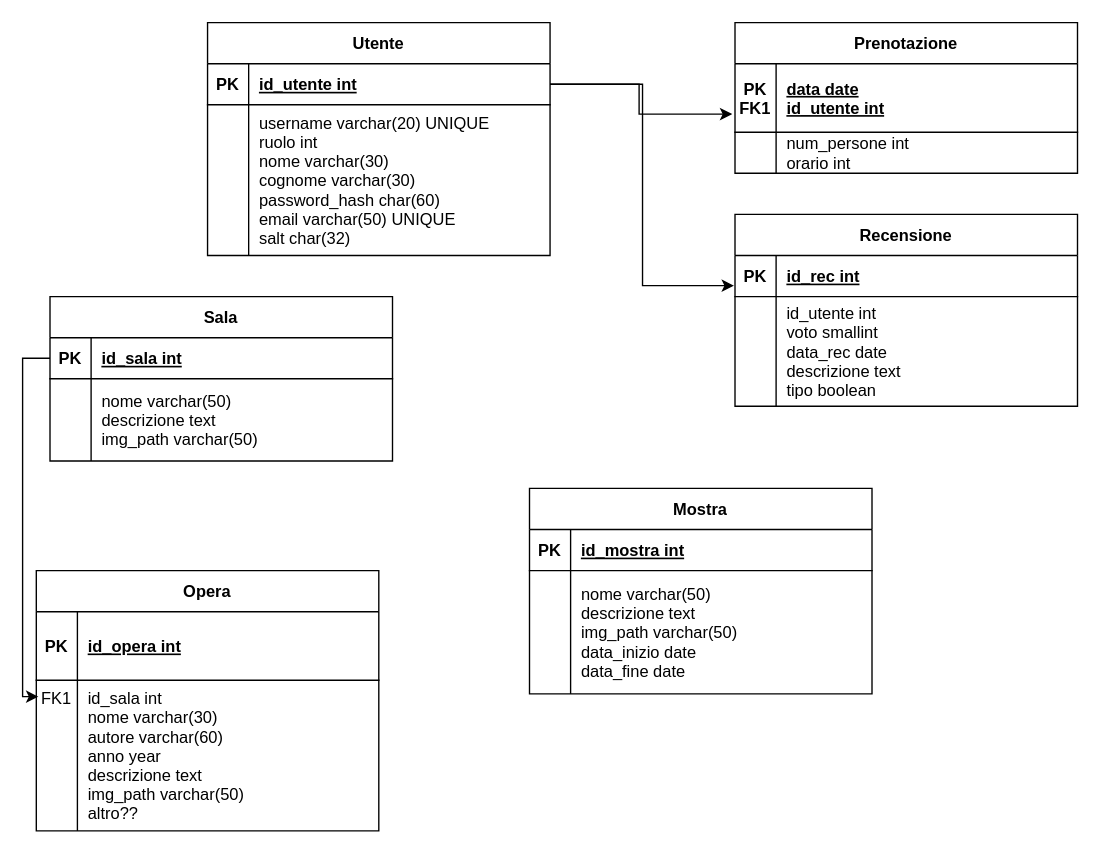
EliaBergamin/Progetto-TecWeb keeps this draw.io diagram as docs/database/schema.drawio. Above is the earlier version. Source tidied: cells renumbered, new cells numbered last; positions are measured from the earlier drawing's top-left corner, leaving out a move shared by most shapes. Both pictures are drawn from the tidied source at 137%, with x=0, y=0 at pixel (22, 22).
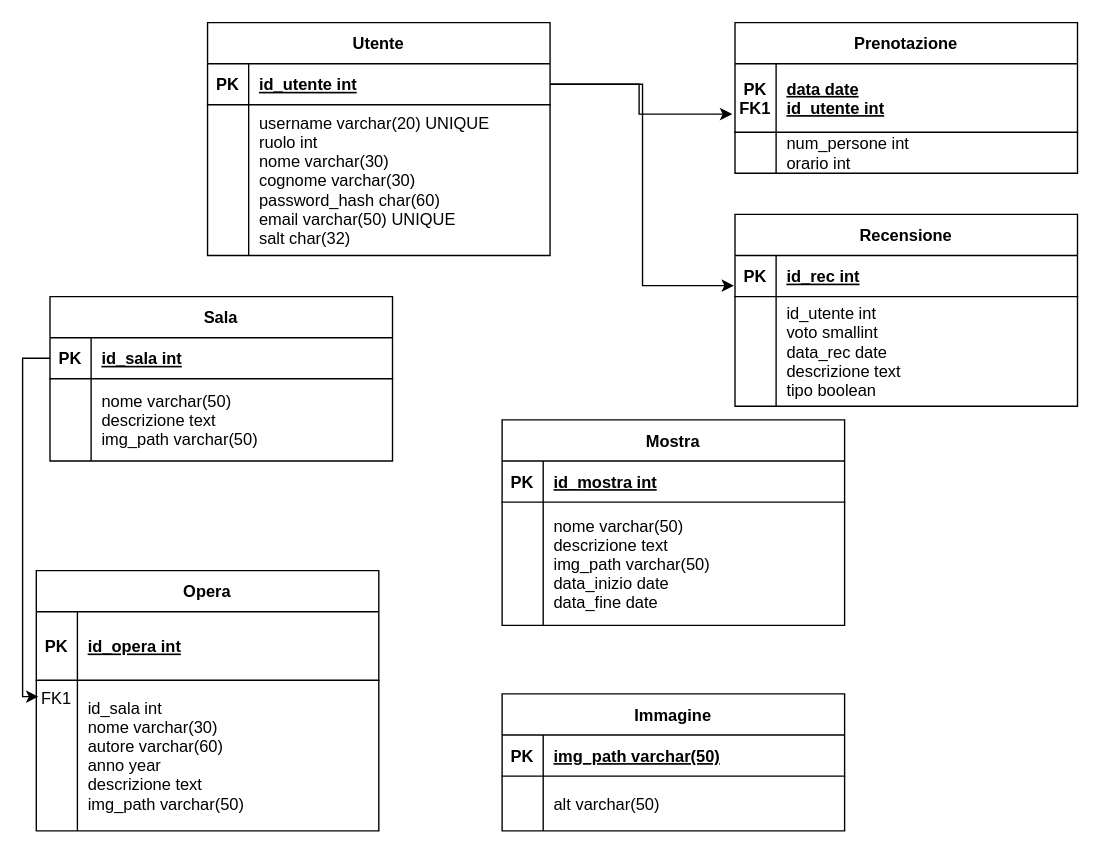
Above is the later version.

Unchanged cells that the change refers to:
```xml
<mxCell id="36" style="shape=partialRectangle;fillColor=none;points=[[0,0.5],[1,0.5]];portConstraint=eastwest;top=0;left=0;right=0;bottom=0;" parent="32" vertex="1">
  <mxGeometry y="80" width="250" height="110" as="geometry" />
</mxCell>
```

The edit, as a diff of the source:
```diff
@@
-    <mxCell id="38" value="id_sala int&#10;nome varchar(30)&#10;autore varchar(60)&#10;anno year&#10;descrizione text&#10;img_path varchar(50)&#10;altro??" style="shape=partialRectangle;overflow=hidden;fillColor=none;top=0;left=0;bottom=0;right=0;align=left;spacingLeft=6;" parent="36" vertex="1">
+    <mxCell id="38" value="id_sala int&#10;nome varchar(30)&#10;autore varchar(60)&#10;anno year&#10;descrizione text&#10;img_path varchar(50)" style="shape=partialRectangle;overflow=hidden;fillColor=none;top=0;left=0;bottom=0;right=0;align=left;spacingLeft=6;" parent="36" vertex="1">
       <mxGeometry x="30" width="220" height="110" as="geometry" />
     </mxCell>
@@
     <mxCell id="40" value="Mostra" style="shape=table;startSize=30;childLayout=tableLayout;rowLines=0;fontStyle=1;align=center;" parent="1" vertex="1">
-      <mxGeometry x="370" y="340" width="250" height="150" as="geometry" />
+      <mxGeometry x="350" y="290" width="250" height="150" as="geometry" />
     </mxCell>
@@
+    <mxCell id="47" value="Immagine" style="shape=table;startSize=30;childLayout=tableLayout;rowLines=0;fontStyle=1;align=center;" parent="1" vertex="1">
+      <mxGeometry x="350" y="490" width="250" height="100" as="geometry" />
+    </mxCell>
+    <mxCell id="48" style="shape=partialRectangle;fillColor=none;top=0;left=0;right=0;bottom=1;" parent="47" vertex="1">
+      <mxGeometry y="30" width="250" height="30" as="geometry" />
+    </mxCell>
+    <mxCell id="49" value="PK" style="shape=partialRectangle;overflow=hidden;fillColor=none;top=0;left=0;bottom=0;right=0;fontStyle=1;" parent="48" vertex="1">
+      <mxGeometry width="30" height="30" as="geometry" />
+    </mxCell>
+    <mxCell id="50" value="img_path varchar(50)" style="shape=partialRectangle;overflow=hidden;fillColor=none;top=0;left=0;bottom=0;right=0;align=left;spacingLeft=6;fontStyle=5;" parent="48" vertex="1">
+      <mxGeometry x="30" width="220" height="30" as="geometry" />
+    </mxCell>
+    <mxCell id="51" style="shape=partialRectangle;fillColor=none;top=0;left=0;right=0;bottom=0;" parent="47" vertex="1">
+      <mxGeometry y="60" width="250" height="40" as="geometry" />
+    </mxCell>
+    <mxCell id="52" style="shape=partialRectangle;overflow=hidden;fillColor=none;top=0;left=0;bottom=0;right=0;" parent="51" vertex="1">
+      <mxGeometry width="30" height="40" as="geometry" />
+    </mxCell>
+    <mxCell id="53" value="alt varchar(50)" style="shape=partialRectangle;overflow=hidden;fillColor=none;top=0;left=0;bottom=0;right=0;align=left;spacingLeft=6;" parent="51" vertex="1">
+      <mxGeometry x="30" width="220" height="40" as="geometry" />
+    </mxCell>
```
